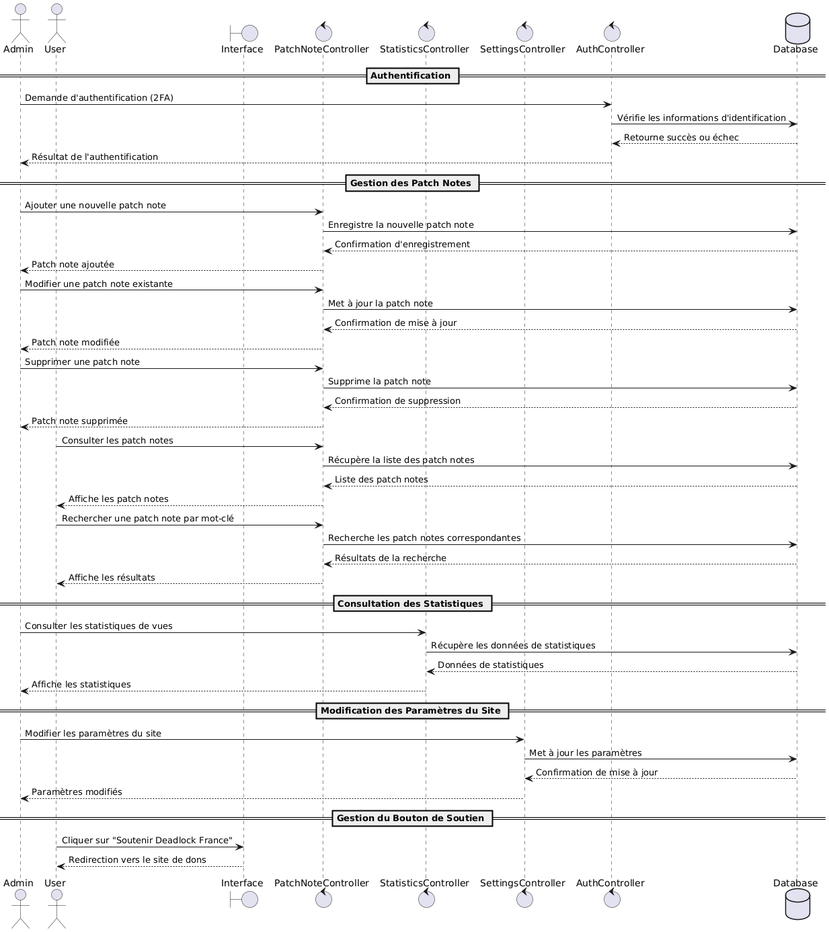
The PlantUML diagram docs/concept/SequenceDiagram.png in Neyticom/Deadlock-France-webapp-front, before a commit.
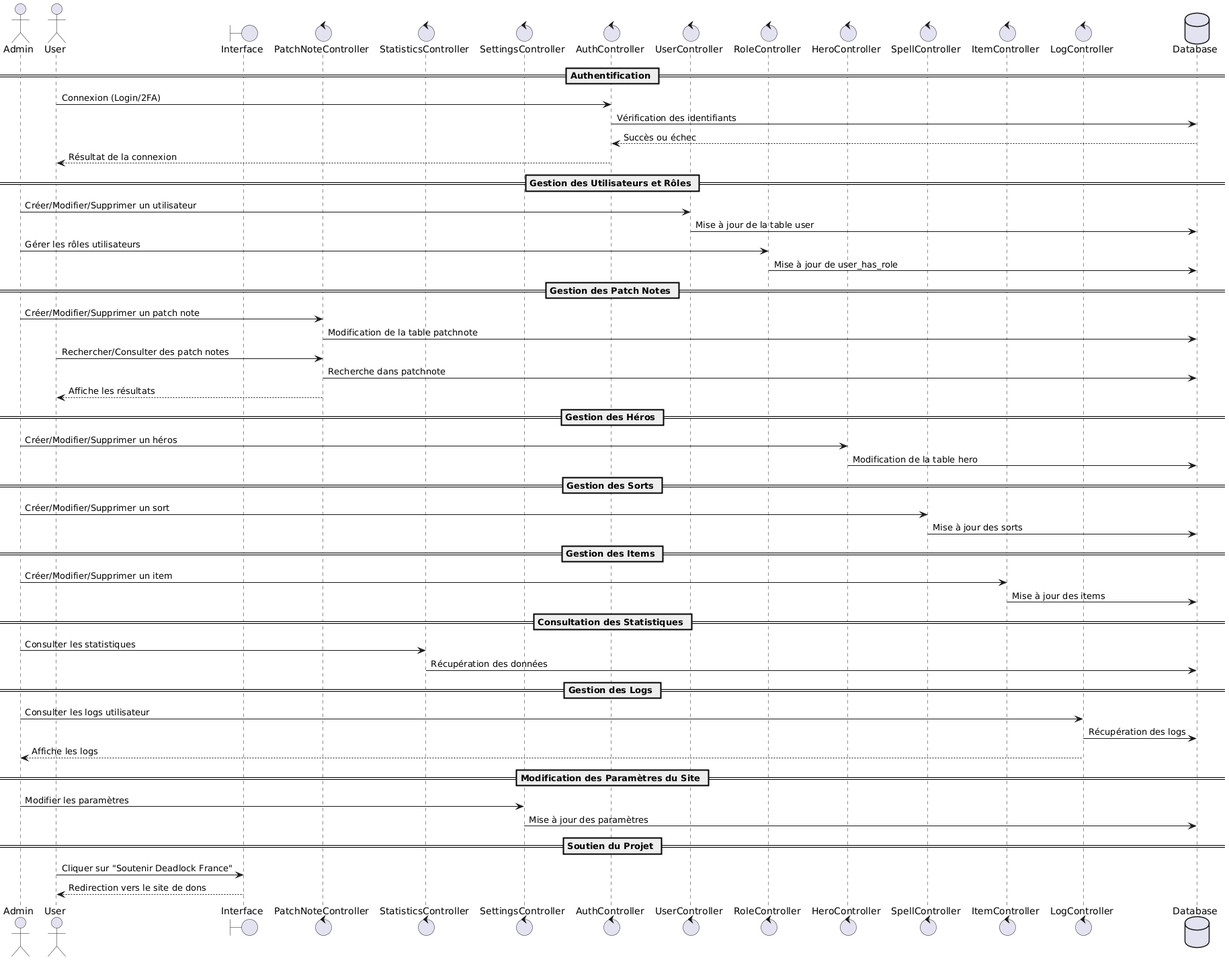
After the commit.

The edit, as a diff of the source:
```diff
@@ -6,53 +6,61 @@
 control StatisticsController
 control SettingsController
 control AuthController
+control UserController
+control RoleController
+control HeroController
+control SpellController
+control ItemController
+control LogController
 database Database
 
 == Authentification ==
-Admin -> AuthController : Demande d'authentification (2FA)
-AuthController -> Database : Vérifie les informations d'identification
-Database --> AuthController : Retourne succès ou échec
-AuthController --> Admin : Résultat de l'authentification
+User -> AuthController : Connexion (Login/2FA)
+AuthController -> Database : Vérification des identifiants
+Database --> AuthController : Succès ou échec
+AuthController --> User : Résultat de la connexion
+
+== Gestion des Utilisateurs et Rôles ==
+Admin -> UserController : Créer/Modifier/Supprimer un utilisateur
+UserController -> Database : Mise à jour de la table user
+
+Admin -> RoleController : Gérer les rôles utilisateurs
+RoleController -> Database : Mise à jour de user_has_role
 
 == Gestion des Patch Notes ==
-Admin -> PatchNoteController : Ajouter une nouvelle patch note
-PatchNoteController -> Database : Enregistre la nouvelle patch note
-Database --> PatchNoteController : Confirmation d'enregistrement
-PatchNoteController --> Admin : Patch note ajoutée
+Admin -> PatchNoteController : Créer/Modifier/Supprimer un patch note
+PatchNoteController -> Database : Modification de la table patchnote
 
-Admin -> PatchNoteController : Modifier une patch note existante
-PatchNoteController -> Database : Met à jour la patch note
-Database --> PatchNoteController : Confirmation de mise à jour
-PatchNoteController --> Admin : Patch note modifiée
-
-Admin -> PatchNoteController : Supprimer une patch note
-PatchNoteController -> Database : Supprime la patch note
-Database --> PatchNoteController : Confirmation de suppression
-PatchNoteController --> Admin : Patch note supprimée
-
-User -> PatchNoteController : Consulter les patch notes
-PatchNoteController -> Database : Récupère la liste des patch notes
-Database --> PatchNoteController : Liste des patch notes
-PatchNoteController --> User : Affiche les patch notes
-
-User -> PatchNoteController : Rechercher une patch note par mot-clé
-PatchNoteController -> Database : Recherche les patch notes correspondantes
-Database --> PatchNoteController : Résultats de la recherche
+User -> PatchNoteController : Rechercher/Consulter des patch notes
+PatchNoteController -> Database : Recherche dans patchnote
 PatchNoteController --> User : Affiche les résultats
 
+== Gestion des Héros ==
+Admin -> HeroController : Créer/Modifier/Supprimer un héros
+HeroController -> Database : Modification de la table hero
+
+== Gestion des Sorts ==
+Admin -> SpellController : Créer/Modifier/Supprimer un sort
+SpellController -> Database : Mise à jour des sorts
+
+== Gestion des Items ==
+Admin -> ItemController : Créer/Modifier/Supprimer un item
+ItemController -> Database : Mise à jour des items
+
 == Consultation des Statistiques ==
-Admin -> StatisticsController : Consulter les statistiques de vues
-StatisticsController -> Database : Récupère les données de statistiques
-Database --> StatisticsController : Données de statistiques
-StatisticsController --> Admin : Affiche les statistiques
+Admin -> StatisticsController : Consulter les statistiques
+StatisticsController -> Database : Récupération des données
+
+== Gestion des Logs ==
+Admin -> LogController : Consulter les logs utilisateur
+LogController -> Database : Récupération des logs
+LogController --> Admin : Affiche les logs
 
 == Modification des Paramètres du Site ==
-Admin -> SettingsController : Modifier les paramètres du site
-SettingsController -> Database : Met à jour les paramètres
-Database --> SettingsController : Confirmation de mise à jour
-SettingsController --> Admin : Paramètres modifiés
+Admin -> SettingsController : Modifier les paramètres
+SettingsController -> Database : Mise à jour des paramètres
 
-== Gestion du Bouton de Soutien ==
+== Soutien du Projet ==
 User -> Interface : Cliquer sur "Soutenir Deadlock France"
 Interface --> User : Redirection vers le site de dons
 @enduml
```
